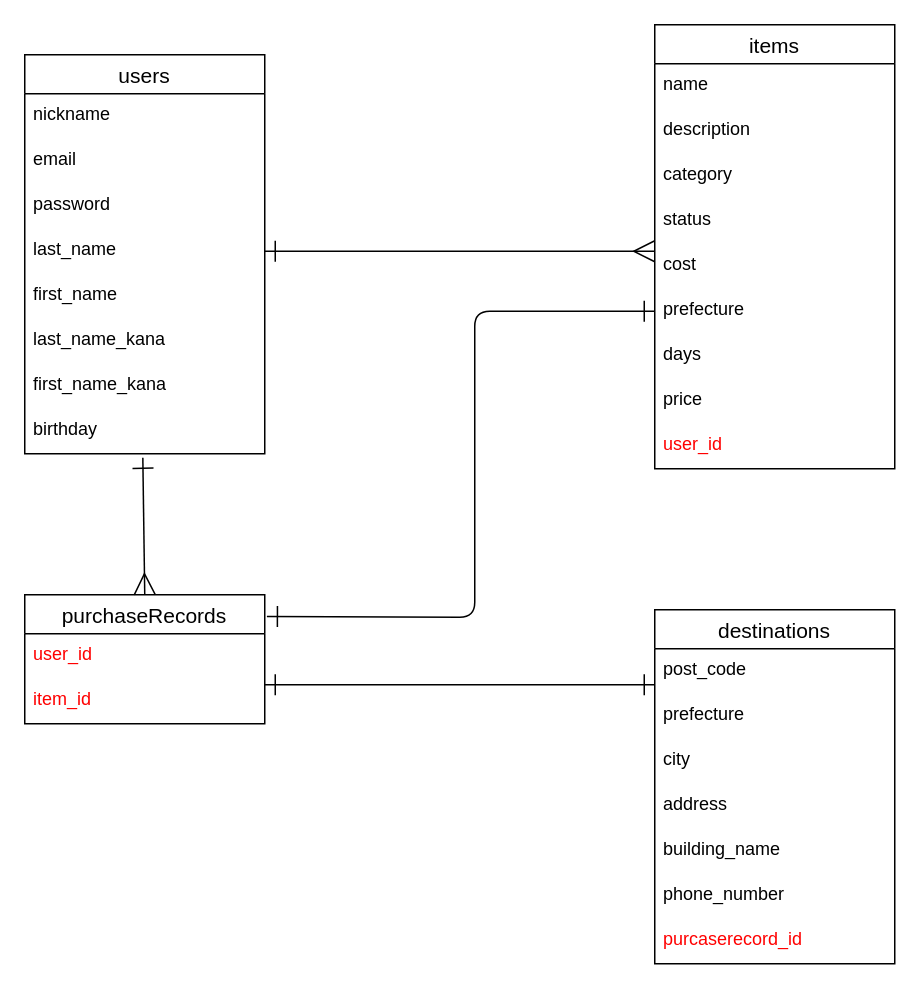
This is er_image.dio from mizupi/furima-37438, a draw.io file, before an edit. Source tidied: cells renumbered, new cells numbered last; positions are measured from the earlier drawing's top-left corner, leaving out a move shared by most shapes. Both pictures are drawn from the tidied source at 150%, with x=0, y=0 at pixel (24, 24).
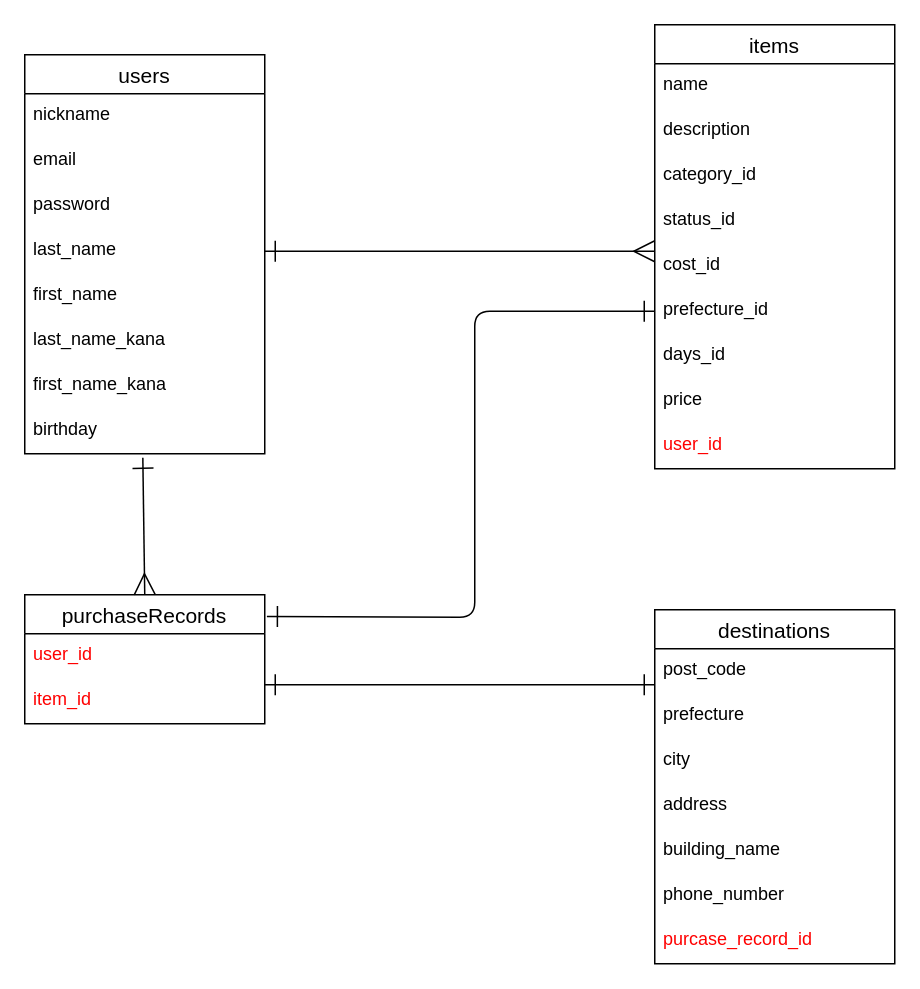
The same diagram, later.

Unchanged cells that the change refers to:
```xml
<mxCell id="11" value="items" style="swimlane;fontStyle=0;horizontal=1;startSize=26;align=center;fontSize=14;" parent="1" vertex="1">
  <mxGeometry x="420" width="160" height="296" as="geometry" />
</mxCell>
<mxCell id="24" value="destinations" style="swimlane;fontStyle=0;horizontal=1;startSize=26;align=center;fontSize=14;fontColor=default;" parent="1" vertex="1">
  <mxGeometry x="420" y="390" width="160" height="236" as="geometry" />
</mxCell>
```

The edit, as a diff of the source:
```diff
@@
-    <mxCell id="14" value="category" style="text;strokeColor=none;fillColor=none;spacingLeft=4;spacingRight=4;overflow=hidden;fontSize=12;" parent="11" vertex="1">
+    <mxCell id="14" value="category_id" style="text;strokeColor=none;fillColor=none;spacingLeft=4;spacingRight=4;overflow=hidden;fontSize=12;" parent="11" vertex="1">
       <mxGeometry y="86" width="160" height="30" as="geometry" />
     </mxCell>
-    <mxCell id="15" value="status" style="text;strokeColor=none;fillColor=none;spacingLeft=4;spacingRight=4;overflow=hidden;fontSize=12;" parent="11" vertex="1">
+    <mxCell id="15" value="status_id" style="text;strokeColor=none;fillColor=none;spacingLeft=4;spacingRight=4;overflow=hidden;fontSize=12;" parent="11" vertex="1">
       <mxGeometry y="116" width="160" height="30" as="geometry" />
     </mxCell>
-    <mxCell id="16" value="cost" style="text;strokeColor=none;fillColor=none;spacingLeft=4;spacingRight=4;overflow=hidden;points=[[0,0.5],[1,0.5]];portConstraint=eastwest;fontSize=12;" parent="11" vertex="1">
+    <mxCell id="16" value="cost_id" style="text;strokeColor=none;fillColor=none;spacingLeft=4;spacingRight=4;overflow=hidden;points=[[0,0.5],[1,0.5]];portConstraint=eastwest;fontSize=12;" parent="11" vertex="1">
       <mxGeometry y="146" width="160" height="30" as="geometry" />
     </mxCell>
-    <mxCell id="17" value="prefecture" style="text;strokeColor=none;fillColor=none;spacingLeft=4;spacingRight=4;overflow=hidden;points=[[0,0.5],[1,0.5]];portConstraint=eastwest;fontSize=12;" parent="11" vertex="1">
+    <mxCell id="17" value="prefecture_id" style="text;strokeColor=none;fillColor=none;spacingLeft=4;spacingRight=4;overflow=hidden;points=[[0,0.5],[1,0.5]];portConstraint=eastwest;fontSize=12;" parent="11" vertex="1">
       <mxGeometry y="176" width="160" height="30" as="geometry" />
     </mxCell>
-    <mxCell id="18" value="days" style="text;strokeColor=none;fillColor=none;spacingLeft=4;spacingRight=4;overflow=hidden;fontSize=12;" parent="11" vertex="1">
+    <mxCell id="18" value="days_id" style="text;strokeColor=none;fillColor=none;spacingLeft=4;spacingRight=4;overflow=hidden;fontSize=12;" parent="11" vertex="1">
       <mxGeometry y="206" width="160" height="30" as="geometry" />
     </mxCell>
@@
-    <mxCell id="31" value="purcaserecord_id" style="text;strokeColor=none;fillColor=none;spacingLeft=4;spacingRight=4;overflow=hidden;fontSize=12;fontColor=#FF0000;" parent="24" vertex="1">
+    <mxCell id="31" value="purcase_record_id" style="text;strokeColor=none;fillColor=none;spacingLeft=4;spacingRight=4;overflow=hidden;fontSize=12;fontColor=#FF0000;" parent="24" vertex="1">
       <mxGeometry y="206" width="160" height="30" as="geometry" />
     </mxCell>
```
